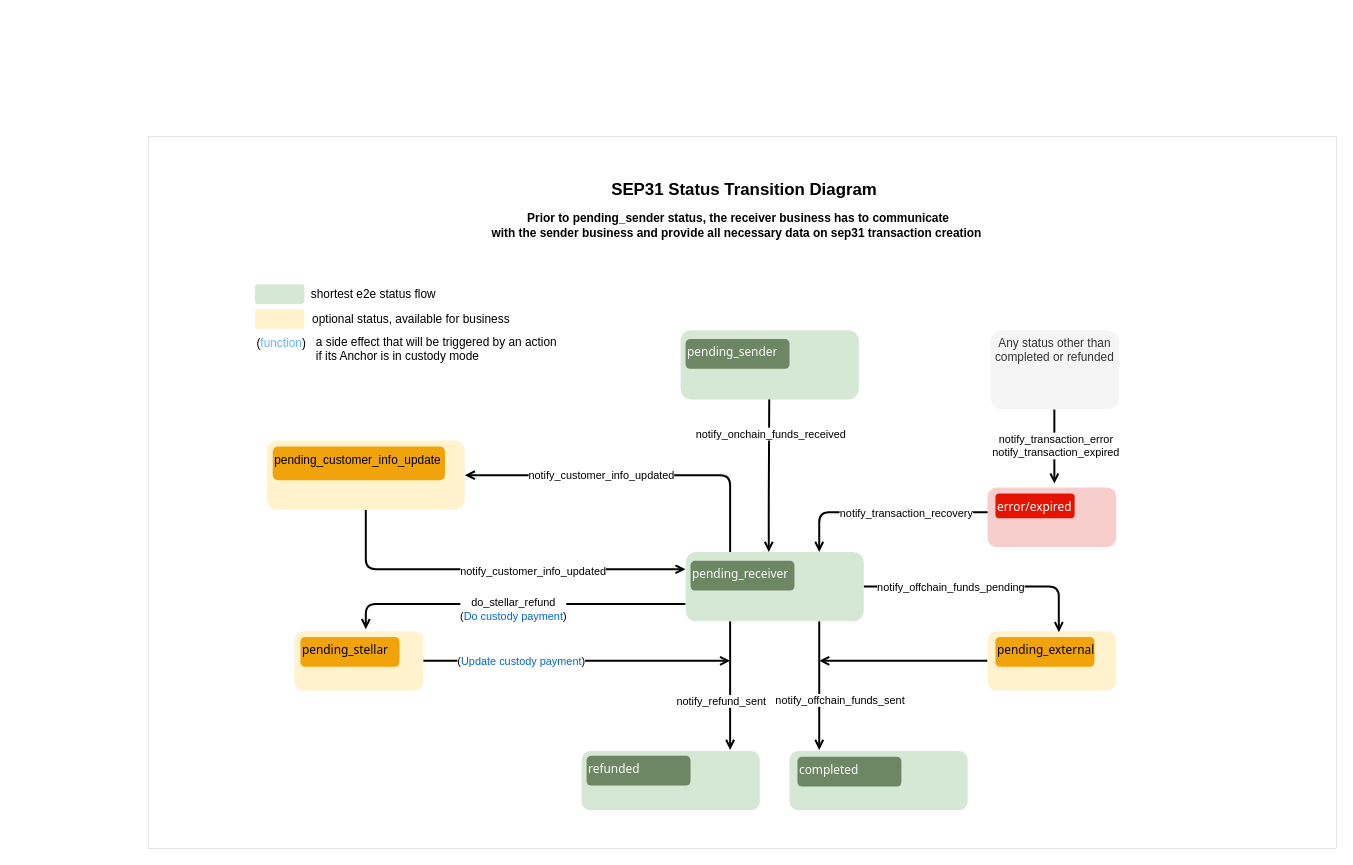
The draw.io diagram page "Sep31 v0.2" (3 of 5) of static/definitions/sep6_24_31_status_transition_diagrams.drawio in stellar/stellar-docs, before the edit. Source tidied: cells renumbered, new cells numbered last; positions are measured from the earlier drawing's top-left corner, leaving out a move shared by most shapes. Both pictures are drawn from the tidied source at 99%, with x=0, y=0 at pixel (17, 136).
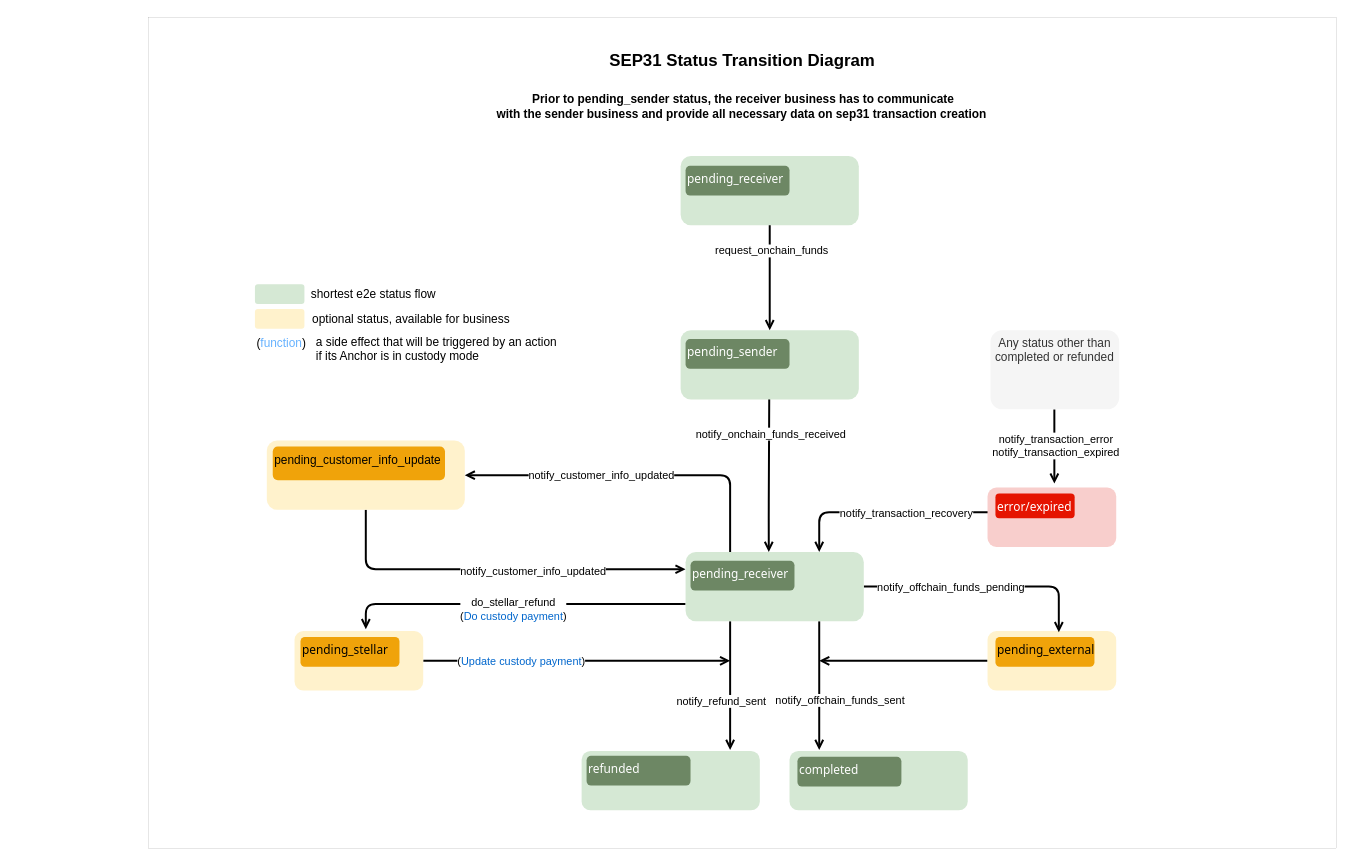
The same diagram, later.

Unchanged cells that the change refers to:
```xml
<mxCell id="20" style="rounded=1;whiteSpace=wrap;html=1;fillColor=#d5e8d4;strokeColor=none;" parent="1" vertex="1">
  <mxGeometry x="670" y="196" width="180" height="70" as="geometry" />
</mxCell>
```

The edit, as a diff of the source:
```diff
@@
     <mxCell id="2" style="rounded=0;whiteSpace=wrap;html=1;strokeWidth=0;" parent="1" vertex="1">
-      <mxGeometry x="132.5" width="1200" height="720" as="geometry" />
+      <mxGeometry x="132.5" y="-120" width="1200" height="840" as="geometry" />
     </mxCell>
@@
     <mxCell id="12" value="SEP31 Status Transition Diagram" style="text;html=1;strokeColor=none;fillColor=none;align=center;verticalAlign=middle;whiteSpace=wrap;rounded=0;fontSize=17;fontStyle=1;" parent="1" vertex="1">
-      <mxGeometry x="597.5" y="40" width="272.5" height="30" as="geometry" />
+      <mxGeometry x="596.2" y="-90" width="272.5" height="30" as="geometry" />
     </mxCell>
     <mxCell id="13" value="&lt;b&gt;Prior to pending_sender status, the receiver business has to communicate &lt;br&gt;with the sender business and provide all necessary data on sep31 transaction creation&amp;nbsp;&lt;/b&gt;" style="text;html=1;align=center;verticalAlign=middle;strokeColor=none;fillColor=none;" parent="1" vertex="1">
-      <mxGeometry x="468" y="70" width="520" height="40" as="geometry" />
+      <mxGeometry x="472.5" y="-50" width="520" height="40" as="geometry" />
     </mxCell>
@@
+    <mxCell id="50" style="rounded=1;whiteSpace=wrap;html=1;fillColor=#d5e8d4;strokeColor=none;" parent="1" vertex="1">
+      <mxGeometry x="670" y="20" width="180" height="70" as="geometry" />
+    </mxCell>
+    <mxCell id="51" value="pending_receiver" style="rounded=1;whiteSpace=wrap;html=1;verticalAlign=top;align=left;fillColor=#6d8764;fontFamily=Tahoma;strokeColor=none;fontColor=#ffffff;" parent="1" vertex="1">
+      <mxGeometry x="675" y="30" width="105" height="30" as="geometry" />
+    </mxCell>
+    <mxCell id="52" style="endArrow=open;html=1;rounded=1;exitX=0.5;exitY=1;exitDx=0;exitDy=0;endFill=0;strokeWidth=2;entryX=0.5;entryY=0;entryDx=0;entryDy=0;" parent="1" edge="1" target="20">
+      <mxGeometry relative="1" as="geometry">
+        <mxPoint x="760" y="90" as="sourcePoint" />
+      </mxGeometry>
+    </mxCell>
+    <mxCell id="53" value="request_onchain_funds" style="edgeLabel;html=1;align=center;verticalAlign=middle;" parent="52" vertex="1">
+      <mxGeometry x="-0.55" y="-1" relative="1" as="geometry">
+        <mxPoint x="2" y="1" as="offset" />
+      </mxGeometry>
+    </mxCell>
```
